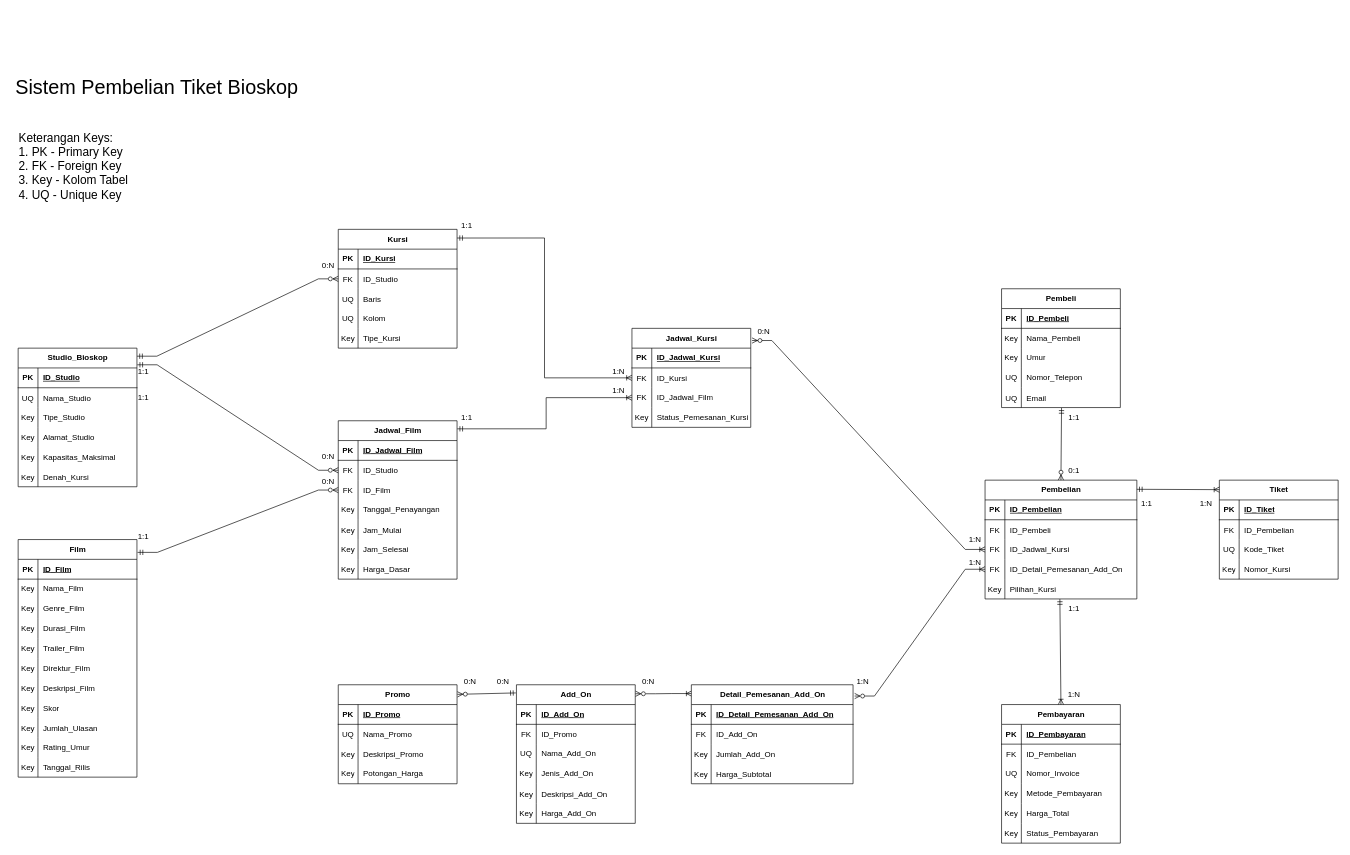
Before: page "Diagram-Utama" (1 of 3) of sistem-pembelian-tiket-retake.drawio in King-Ag-Jv/Project-Atrem, a draw.io diagram. Source tidied: cells renumbered, new cells numbered last; positions are measured from the earlier drawing's top-left corner, leaving out a move shared by most shapes. Both pictures are drawn from the tidied source at 66%, with x=0, y=0 at pixel (11, 11).
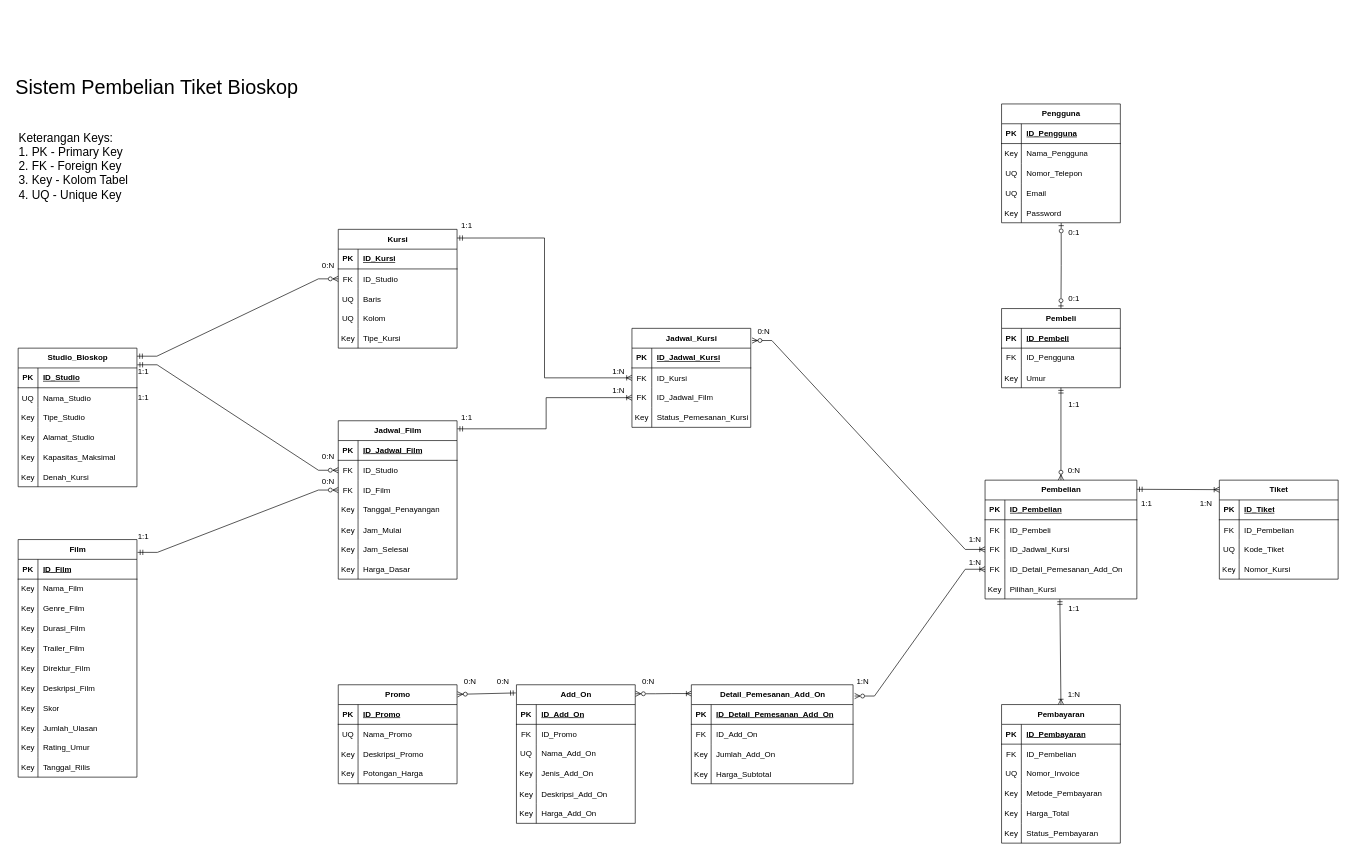
The same page after the edit.

The change refers to these unchanged cells:
```xml
<mxCell id="37" value="Pembelian" style="shape=table;startSize=30;childLayout=tableLayout;rowLines=0;fontStyle=1;align=center;html=1;" parent="1" vertex="1">
  <mxGeometry x="1475" y="710" width="230" height="180" as="geometry" />
</mxCell>
```

Change to the diagram source:
```diff
@@
     <mxCell id="2" value="Pembeli" style="shape=table;startSize=30;childLayout=tableLayout;rowLines=0;fontStyle=1;align=center;html=1;" parent="1" vertex="1">
-      <mxGeometry x="1500" y="420" width="180" height="180" as="geometry" />
+      <mxGeometry x="1500" y="450" width="180" height="120" as="geometry" />
     </mxCell>
@@
-    <mxCell id="6" style="shape=tableRow;horizontal=0;startSize=0;swimlaneHead=0;swimlaneBody=0;fillColor=none;top=0;left=0;right=0;bottom=0;" parent="2" vertex="1">
-      <mxGeometry y="60" width="180" height="30" as="geometry" />
-    </mxCell>
-    <mxCell id="7" value="Key" style="shape=partialRectangle;fillColor=none;top=0;left=0;bottom=0;right=0;overflow=hidden;whiteSpace=wrap;html=1;" parent="6" vertex="1">
-      <mxGeometry width="30" height="30" as="geometry" />
-    </mxCell>
-    <mxCell id="8" value="Nama_Pembeli" style="shape=partialRectangle;fillColor=none;top=0;left=0;bottom=0;right=0;align=left;spacingLeft=6;overflow=hidden;whiteSpace=wrap;html=1;" parent="6" vertex="1">
-      <mxGeometry x="30" width="150" height="30" as="geometry" />
-    </mxCell>
     <mxCell id="9" style="shape=tableRow;horizontal=0;startSize=0;swimlaneHead=0;swimlaneBody=0;fillColor=none;top=0;left=0;right=0;bottom=0;" parent="2" vertex="1">
-      <mxGeometry y="90" width="180" height="30" as="geometry" />
+      <mxGeometry y="60" width="180" height="30" as="geometry" />
     </mxCell>
-    <mxCell id="10" value="Key" style="shape=partialRectangle;fillColor=none;top=0;left=0;bottom=0;right=0;overflow=hidden;whiteSpace=wrap;html=1;" parent="9" vertex="1">
+    <mxCell id="10" value="FK" style="shape=partialRectangle;fillColor=none;top=0;left=0;bottom=0;right=0;overflow=hidden;whiteSpace=wrap;html=1;" parent="9" vertex="1">
       <mxGeometry width="30" height="30" as="geometry" />
     </mxCell>
-    <mxCell id="11" value="Umur" style="shape=partialRectangle;fillColor=none;top=0;left=0;bottom=0;right=0;align=left;spacingLeft=6;overflow=hidden;whiteSpace=wrap;html=1;" parent="9" vertex="1">
+    <mxCell id="11" value="ID_Pengguna" style="shape=partialRectangle;fillColor=none;top=0;left=0;bottom=0;right=0;align=left;spacingLeft=6;overflow=hidden;whiteSpace=wrap;html=1;" parent="9" vertex="1">
       <mxGeometry x="30" width="150" height="30" as="geometry" />
     </mxCell>
-    <mxCell id="12" style="shape=tableRow;horizontal=0;startSize=0;swimlaneHead=0;swimlaneBody=0;fillColor=none;top=0;left=0;right=0;bottom=0;" parent="2" vertex="1">
-      <mxGeometry y="120" width="180" height="30" as="geometry" />
-    </mxCell>
-    <mxCell id="13" value="UQ" style="shape=partialRectangle;fillColor=none;top=0;left=0;bottom=0;right=0;overflow=hidden;whiteSpace=wrap;html=1;" parent="12" vertex="1">
-      <mxGeometry width="30" height="30" as="geometry" />
-    </mxCell>
-    <mxCell id="14" value="Nomor_Telepon" style="shape=partialRectangle;fillColor=none;top=0;left=0;bottom=0;right=0;align=left;spacingLeft=6;overflow=hidden;whiteSpace=wrap;html=1;" parent="12" vertex="1">
-      <mxGeometry x="30" width="150" height="30" as="geometry" />
-    </mxCell>
-    <mxCell id="15" style="shape=tableRow;horizontal=0;startSize=0;swimlaneHead=0;swimlaneBody=0;fillColor=none;points=[[0,0.5],[1,0.5]];portConstraint=eastwest;top=0;left=0;right=0;bottom=0;" parent="2" vertex="1">
-      <mxGeometry y="150" width="180" height="30" as="geometry" />
-    </mxCell>
-    <mxCell id="16" value="UQ" style="shape=partialRectangle;fillColor=none;top=0;left=0;bottom=0;right=0;overflow=hidden;" parent="15" vertex="1">
-      <mxGeometry width="30" height="30" as="geometry" />
-    </mxCell>
-    <mxCell id="17" value="Email" style="shape=partialRectangle;fillColor=none;top=0;left=0;bottom=0;right=0;align=left;spacingLeft=6;overflow=hidden;" parent="15" vertex="1">
-      <mxGeometry x="30" width="150" height="30" as="geometry" />
-    </mxCell>
+    <mxCell id="254" style="shape=tableRow;horizontal=0;startSize=0;swimlaneHead=0;swimlaneBody=0;fillColor=none;points=[[0,0.5],[1,0.5]];portConstraint=eastwest;top=0;left=0;right=0;bottom=0;" parent="2" vertex="1">
+      <mxGeometry y="90" width="180" height="30" as="geometry" />
+    </mxCell>
+    <mxCell id="255" value="Key" style="shape=partialRectangle;fillColor=none;top=0;left=0;bottom=0;right=0;overflow=hidden;" parent="254" vertex="1">
+      <mxGeometry width="30" height="30" as="geometry" />
+    </mxCell>
+    <mxCell id="256" value="Umur" style="shape=partialRectangle;fillColor=none;top=0;left=0;bottom=0;right=0;align=left;spacingLeft=6;overflow=hidden;" parent="254" vertex="1">
+      <mxGeometry x="30" width="150" height="30" as="geometry" />
+    </mxCell>
@@
-    <mxCell id="132" style="fontSize=12;html=1;endArrow=ERzeroToMany;startArrow=ERmandOne;rounded=0;exitX=0.505;exitY=1.02;exitDx=0;exitDy=0;exitPerimeter=0;entryX=0.5;entryY=0;entryDx=0;entryDy=0;" parent="1" edge="1" source="15" target="37">
-      <mxGeometry relative="1" as="geometry" />
-    </mxCell>
@@
-    <mxCell id="145" value="0:1" style="text;html=1;whiteSpace=wrap;strokeColor=none;fillColor=none;align=center;verticalAlign=middle;rounded=0;" parent="1" vertex="1">
+    <mxCell id="145" value="0:N" style="text;html=1;whiteSpace=wrap;strokeColor=none;fillColor=none;align=center;verticalAlign=middle;rounded=0;" parent="1" vertex="1">
       <mxGeometry x="1580" y="680" width="60" height="30" as="geometry" />
     </mxCell>
     <mxCell id="146" value="1:1" style="text;html=1;whiteSpace=wrap;strokeColor=none;fillColor=none;align=center;verticalAlign=middle;rounded=0;" parent="1" vertex="1">
-      <mxGeometry x="1580" y="600" width="60" height="30" as="geometry" />
+      <mxGeometry x="1580" y="580" width="60" height="30" as="geometry" />
     </mxCell>
@@
+    <mxCell id="257" value="Pengguna" style="shape=table;startSize=30;childLayout=tableLayout;rowLines=0;fontStyle=1;align=center;html=1;" parent="1" vertex="1">
+      <mxGeometry x="1500" y="140" width="180" height="180" as="geometry" />
+    </mxCell>
+    <mxCell id="258" style="shape=tableRow;horizontal=0;startSize=0;swimlaneHead=0;swimlaneBody=0;fillColor=none;top=0;left=0;right=0;bottom=1;" parent="257" vertex="1">
+      <mxGeometry y="30" width="180" height="30" as="geometry" />
+    </mxCell>
+    <mxCell id="259" value="PK" style="shape=partialRectangle;fillColor=none;top=0;left=0;bottom=0;right=0;fontStyle=1;overflow=hidden;whiteSpace=wrap;html=1;" parent="258" vertex="1">
+      <mxGeometry width="30" height="30" as="geometry" />
+    </mxCell>
+    <mxCell id="260" value="ID_Pengguna" style="shape=partialRectangle;fillColor=none;top=0;left=0;bottom=0;right=0;align=left;spacingLeft=6;fontStyle=5;overflow=hidden;whiteSpace=wrap;html=1;" parent="258" vertex="1">
+      <mxGeometry x="30" width="150" height="30" as="geometry" />
+    </mxCell>
+    <mxCell id="6" style="shape=tableRow;horizontal=0;startSize=0;swimlaneHead=0;swimlaneBody=0;fillColor=none;top=0;left=0;right=0;bottom=0;" parent="257" vertex="1">
+      <mxGeometry y="60" width="180" height="30" as="geometry" />
+    </mxCell>
+    <mxCell id="7" value="Key" style="shape=partialRectangle;fillColor=none;top=0;left=0;bottom=0;right=0;overflow=hidden;whiteSpace=wrap;html=1;" parent="6" vertex="1">
+      <mxGeometry width="30" height="30" as="geometry" />
+    </mxCell>
+    <mxCell id="261" value="Nama_Pengguna" style="shape=partialRectangle;fillColor=none;top=0;left=0;bottom=0;right=0;align=left;spacingLeft=6;overflow=hidden;whiteSpace=wrap;html=1;" parent="6" vertex="1">
+      <mxGeometry x="30" width="150" height="30" as="geometry" />
+    </mxCell>
+    <mxCell id="262" style="shape=tableRow;horizontal=0;startSize=0;swimlaneHead=0;swimlaneBody=0;fillColor=none;top=0;left=0;right=0;bottom=0;" parent="257" vertex="1">
+      <mxGeometry y="90" width="180" height="30" as="geometry" />
+    </mxCell>
+    <mxCell id="13" value="UQ" style="shape=partialRectangle;fillColor=none;top=0;left=0;bottom=0;right=0;overflow=hidden;whiteSpace=wrap;html=1;" parent="262" vertex="1">
+      <mxGeometry width="30" height="30" as="geometry" />
+    </mxCell>
+    <mxCell id="14" value="Nomor_Telepon" style="shape=partialRectangle;fillColor=none;top=0;left=0;bottom=0;right=0;align=left;spacingLeft=6;overflow=hidden;whiteSpace=wrap;html=1;" parent="262" vertex="1">
+      <mxGeometry x="30" width="150" height="30" as="geometry" />
+    </mxCell>
+    <mxCell id="12" style="shape=tableRow;horizontal=0;startSize=0;swimlaneHead=0;swimlaneBody=0;fillColor=none;top=0;left=0;right=0;bottom=0;" parent="257" vertex="1">
+      <mxGeometry y="120" width="180" height="30" as="geometry" />
+    </mxCell>
+    <mxCell id="16" value="UQ" style="shape=partialRectangle;fillColor=none;top=0;left=0;bottom=0;right=0;overflow=hidden;" parent="12" vertex="1">
+      <mxGeometry width="30" height="30" as="geometry" />
+    </mxCell>
+    <mxCell id="17" value="Email" style="shape=partialRectangle;fillColor=none;top=0;left=0;bottom=0;right=0;align=left;spacingLeft=6;overflow=hidden;" parent="12" vertex="1">
+      <mxGeometry x="30" width="150" height="30" as="geometry" />
+    </mxCell>
+    <mxCell id="15" style="shape=tableRow;horizontal=0;startSize=0;swimlaneHead=0;swimlaneBody=0;fillColor=none;points=[[0,0.5],[1,0.5]];portConstraint=eastwest;top=0;left=0;right=0;bottom=0;" parent="257" vertex="1">
+      <mxGeometry y="150" width="180" height="30" as="geometry" />
+    </mxCell>
+    <mxCell id="263" value="Key" style="shape=partialRectangle;fillColor=none;top=0;left=0;bottom=0;right=0;overflow=hidden;" parent="15" vertex="1">
+      <mxGeometry width="30" height="30" as="geometry" />
+    </mxCell>
+    <mxCell id="264" value="Password" style="shape=partialRectangle;fillColor=none;top=0;left=0;bottom=0;right=0;align=left;spacingLeft=6;overflow=hidden;" parent="15" vertex="1">
+      <mxGeometry x="30" width="150" height="30" as="geometry" />
+    </mxCell>
+    <mxCell id="265" style="fontSize=12;html=1;endArrow=ERzeroToMany;startArrow=ERmandOne;rounded=0;exitX=0.5;exitY=1;exitDx=0;exitDy=0;exitPerimeter=0;entryX=0.5;entryY=0;entryDx=0;entryDy=0;edgeStyle=orthogonalEdgeStyle;" parent="1" edge="1" source="254" target="37">
+      <mxGeometry relative="1" as="geometry" />
+    </mxCell>
+    <mxCell id="266" style="fontSize=12;html=1;endArrow=ERzeroToOne;startArrow=ERzeroToOne;rounded=0;exitX=0.502;exitY=1.013;exitDx=0;exitDy=0;exitPerimeter=0;entryX=0.5;entryY=0;entryDx=0;entryDy=0;edgeStyle=orthogonalEdgeStyle;startFill=0;endFill=0;" parent="1" edge="1" source="15" target="2">
+      <mxGeometry relative="1" as="geometry" />
+    </mxCell>
+    <mxCell id="267" value="0&lt;span style=&quot;background-color: transparent; color: light-dark(rgb(0, 0, 0), rgb(255, 255, 255));&quot;&gt;:1&lt;/span&gt;" style="text;html=1;whiteSpace=wrap;strokeColor=none;fillColor=none;align=center;verticalAlign=middle;rounded=0;" parent="1" vertex="1">
+      <mxGeometry x="1580" y="320" width="60" height="30" as="geometry" />
+    </mxCell>
+    <mxCell id="268" value="0&lt;span style=&quot;background-color: transparent; color: light-dark(rgb(0, 0, 0), rgb(255, 255, 255));&quot;&gt;:1&lt;/span&gt;" style="text;html=1;whiteSpace=wrap;strokeColor=none;fillColor=none;align=center;verticalAlign=middle;rounded=0;" parent="1" vertex="1">
+      <mxGeometry x="1580" y="420" width="60" height="30" as="geometry" />
+    </mxCell>
```
